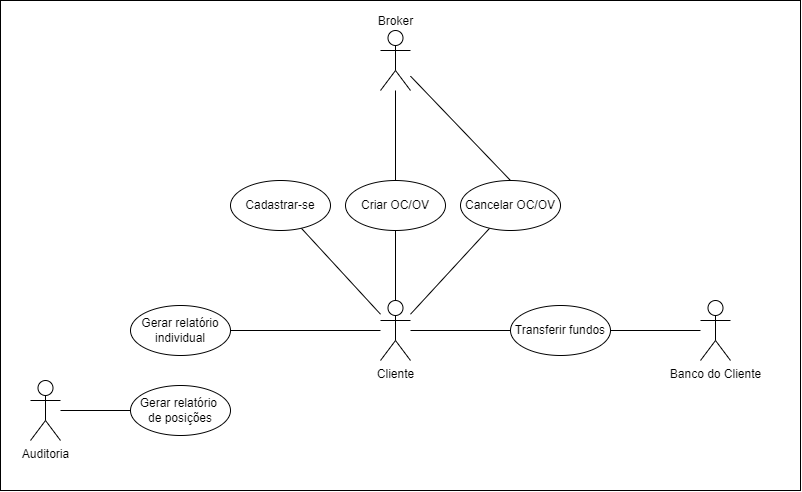
Earlier version of the draw.io export MarketCasoUso.drawio.png (EijiDogen/FEI_MDSMarket). Source tidied: cells renumbered, new cells last; positions are measured from the earlier drawing's top-left corner, leaving out a move shared by most shapes.
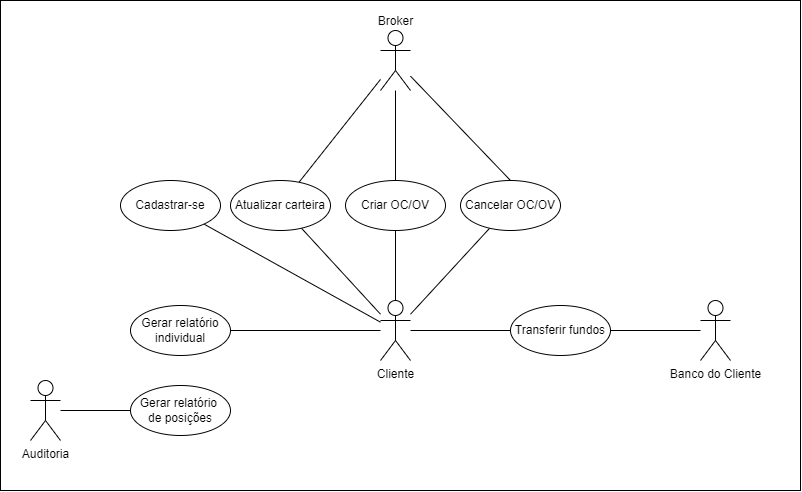
After the change.

What changed in the source:
```diff
@@ -37,7 +37,7 @@
       <mxGeometry x="700" y="300" width="30" height="60" as="geometry" />
     </mxCell>
     <mxCell id="14" value="Cadastrar-se" style="ellipse;whiteSpace=wrap;html=1;" parent="3" vertex="1">
-      <mxGeometry x="230" y="180" width="100" height="50" as="geometry" />
+      <mxGeometry x="120" y="180" width="100" height="50" as="geometry" />
     </mxCell>
     <mxCell id="15" value="Cancelar OC/OV" style="ellipse;whiteSpace=wrap;html=1;" parent="3" vertex="1">
       <mxGeometry x="460" y="180" width="100" height="50" as="geometry" />
@@ -63,5 +63,14 @@
     <mxCell id="22" value="Auditoria" style="shape=umlActor;verticalLabelPosition=bottom;verticalAlign=top;html=1;outlineConnect=0;" parent="3" vertex="1">
       <mxGeometry x="30" y="380" width="30" height="60" as="geometry" />
     </mxCell>
+    <mxCell id="23" style="rounded=0;jettySize=auto;html=1;endArrow=none;endFill=0;" parent="3" edge="1" source="25" target="11">
+      <mxGeometry relative="1" as="geometry" />
+    </mxCell>
+    <mxCell id="24" style="edgeStyle=none;rounded=0;jettySize=auto;html=1;endArrow=none;endFill=0;" parent="3" edge="1" source="25" target="8">
+      <mxGeometry relative="1" as="geometry" />
+    </mxCell>
+    <mxCell id="25" value="Atualizar carteira" style="ellipse;whiteSpace=wrap;html=1;" parent="3" vertex="1">
+      <mxGeometry x="230" y="180" width="100" height="50" as="geometry" />
+    </mxCell>
   </root>
 </mxGraphModel>
```
